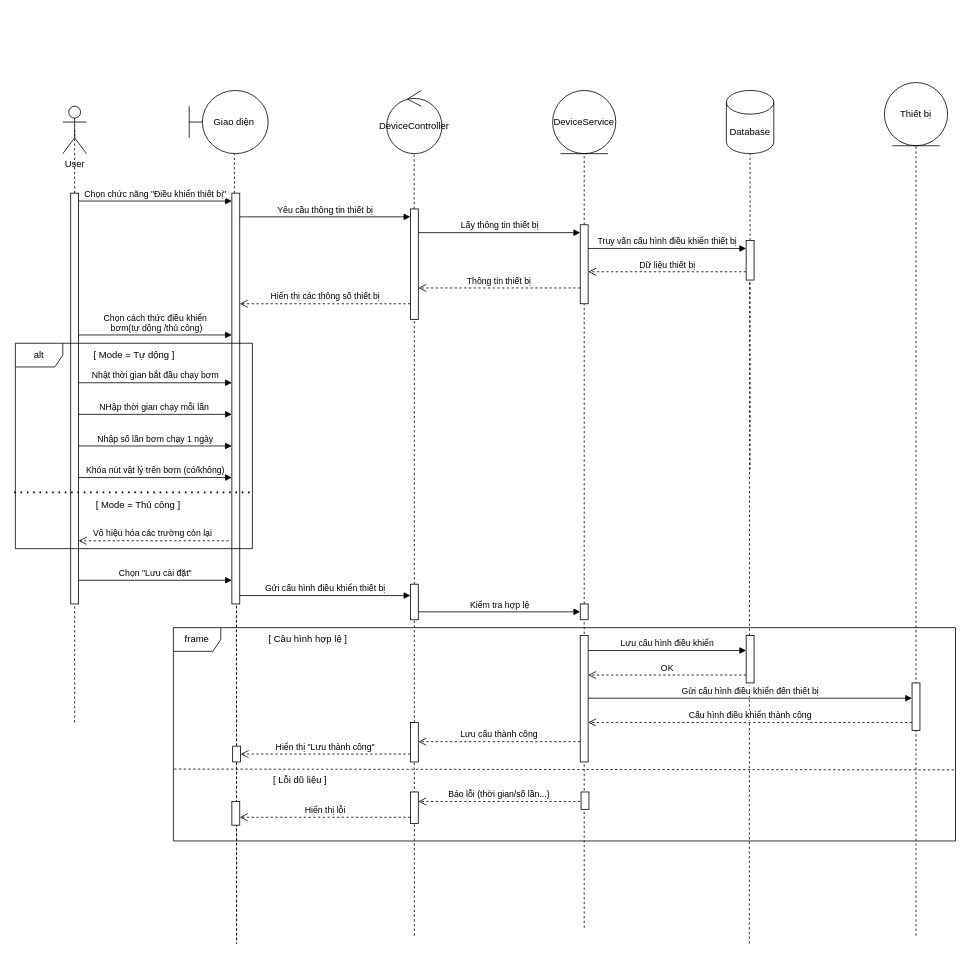
Above: Sequence diagram/Controll Device/user_controlled_device.drawio in cuongceg/BTL-IT3120 (draw.io), before the change. Source tidied: cells renumbered, new cells numbered last; positions are measured from the earlier drawing's top-left corner, leaving out a move shared by most shapes. Both pictures are drawn from the tidied source at 79%, with x=0, y=0 at pixel (13, 82).
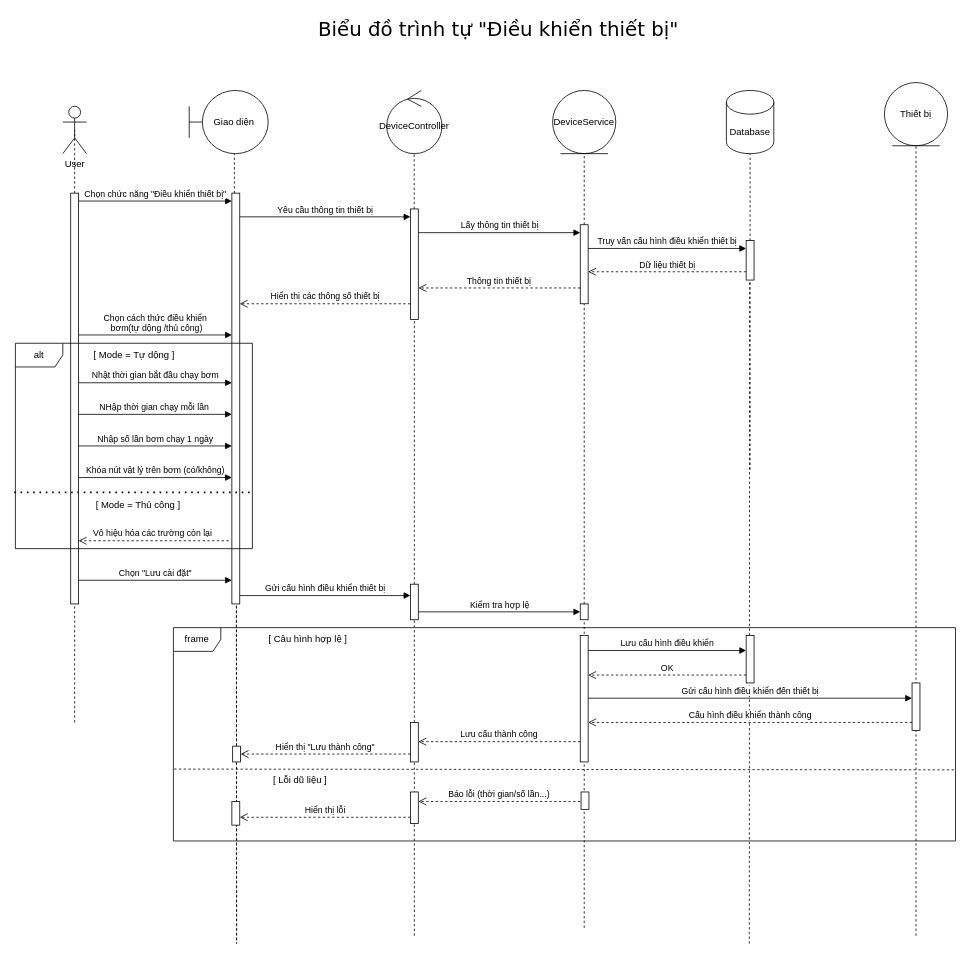
Above is the later version.

Commit message:
Cập nhật user_controlled_device.drawio

Diff of the diagram source:
```diff
@@
+    <mxCell id="69" value="&lt;font style=&quot;font-size: 25px;&quot; face=&quot;Verdana&quot;&gt;Biểu đồ trình tự &quot;Điều khiển thiết bị&quot;&lt;/font&gt;" style="text;html=1;align=center;verticalAlign=middle;strokeColor=none;fillColor=none;" parent="1" vertex="1">
+      <mxGeometry x="373" y="-87" width="480" height="40" as="geometry" />
+    </mxCell>
```
